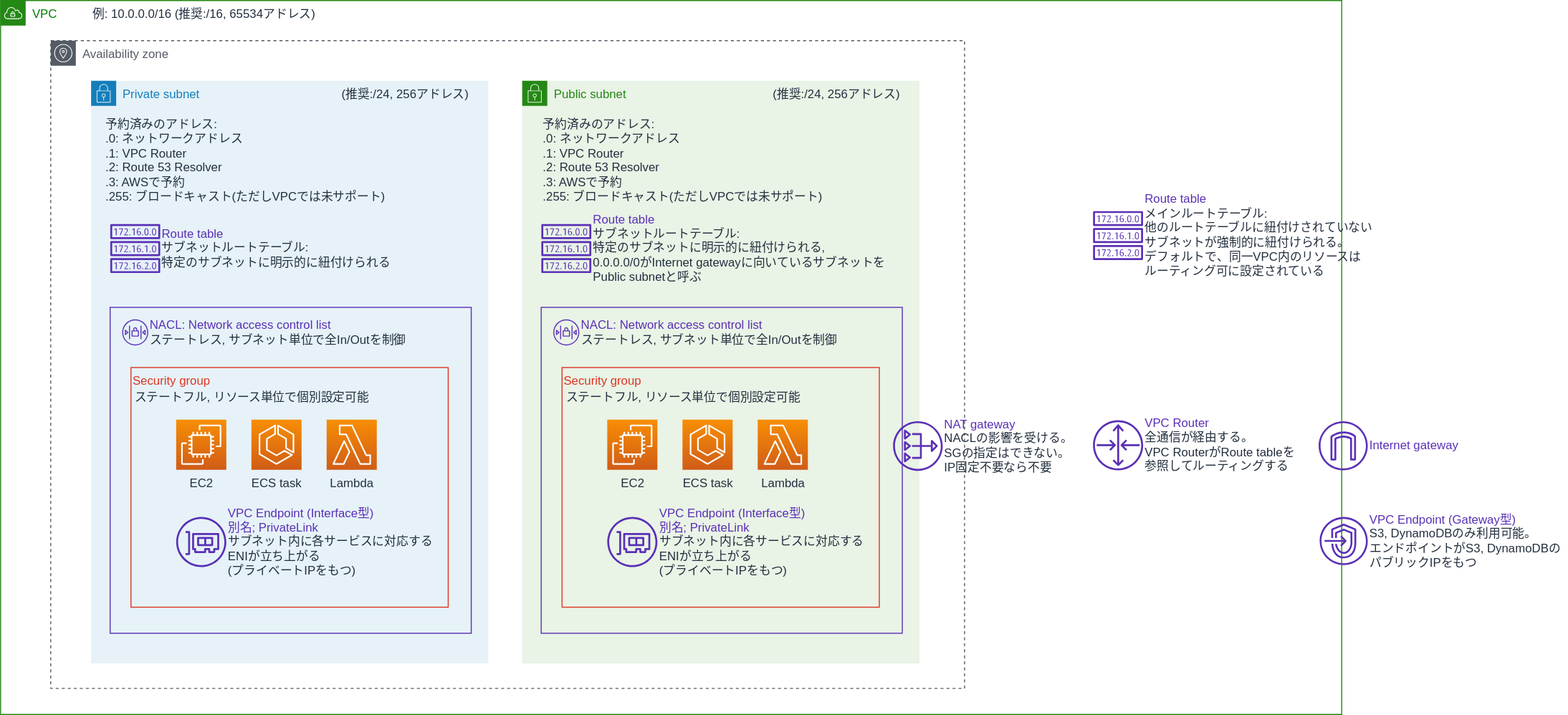
Donngi/aws-network-components-diagram keeps this draw.io diagram as network.drawio.svg. Above is the earlier version. Source tidied: cells renumbered, new cells last; positions are measured from the earlier drawing's top-left corner, leaving out a move shared by most shapes.
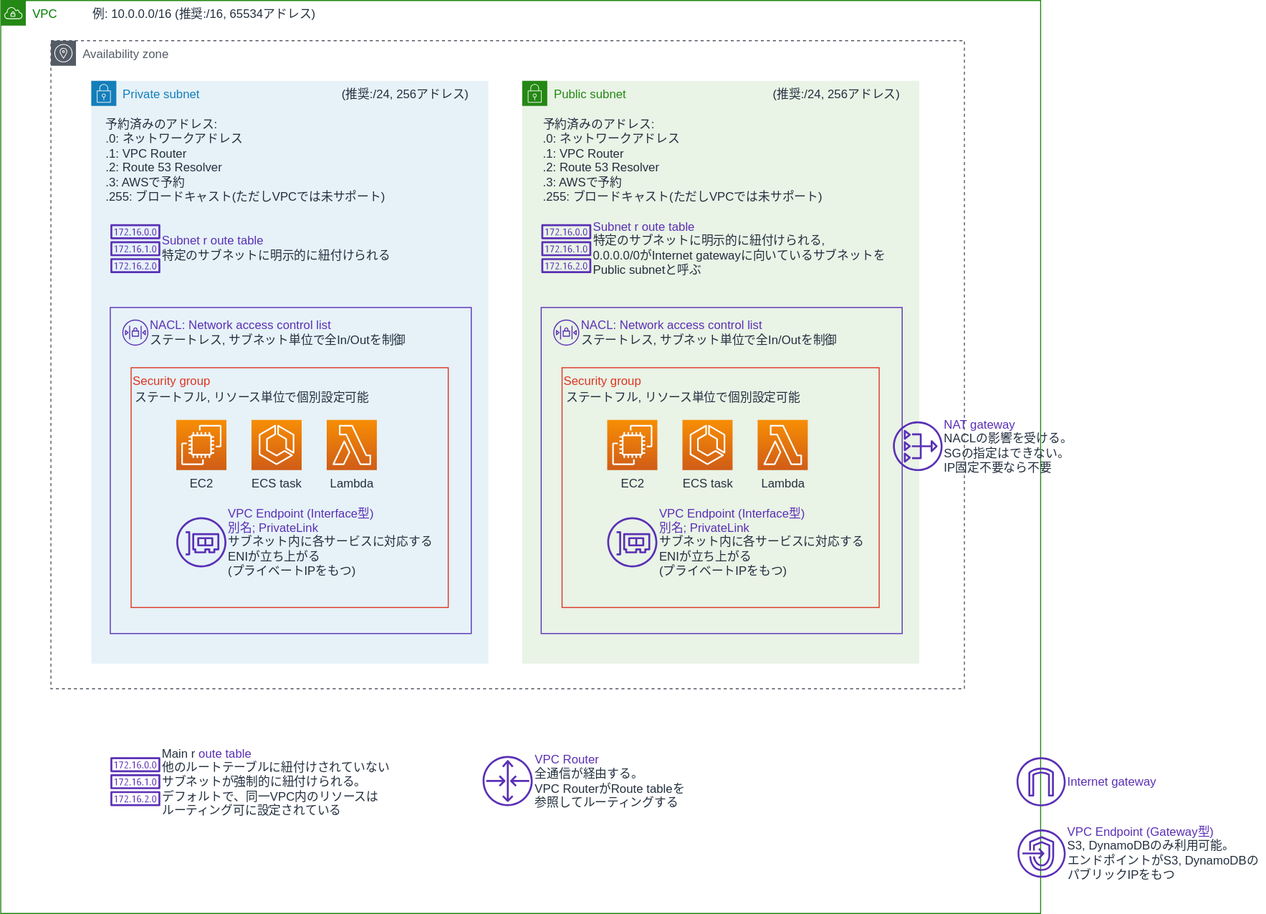
After the change.

Commit message:
ブラウザで見やすくするために縦長化

What changed in the source:
```diff
@@ -3,7 +3,7 @@
     <mxCell id="0" />
     <mxCell id="1" parent="0" />
     <mxCell id="2" value="VPC&amp;nbsp;" style="gradientColor=none;html=1;whiteSpace=wrap;fontSize=12;fontStyle=0;shape=mxgraph.aws4.group;grIcon=mxgraph.aws4.group_vpc;strokeColor=#248814;fillColor=none;verticalAlign=top;align=left;spacingLeft=30;dashed=0;fontColor=#007D00;" parent="1" vertex="1">
-      <mxGeometry width="1337" height="712" as="geometry" />
+      <mxGeometry width="1037" height="910" as="geometry" />
     </mxCell>
     <mxCell id="3" value="Availability zone" style="gradientColor=none;html=1;whiteSpace=wrap;fontSize=12;fontStyle=0;shape=mxgraph.aws4.group;grIcon=mxgraph.aws4.group_availability_zone;strokeColor=#545B64;fillColor=none;verticalAlign=top;align=left;spacingLeft=30;fontColor=#545B64;dashed=1;" parent="1" vertex="1">
       <mxGeometry x="50" y="40" width="911" height="646" as="geometry" />
@@ -15,9 +15,9 @@
       <mxGeometry x="520" y="80" width="396" height="581" as="geometry" />
     </mxCell>
     <mxCell id="6" value="&amp;nbsp; Internet gateway" style="gradientColor=none;fillColor=#5A30B5;strokeColor=none;dashed=0;verticalLabelPosition=middle;verticalAlign=middle;align=left;html=1;fontSize=12;fontStyle=0;shape=mxgraph.aws4.internet_gateway;labelPosition=right;fontColor=#5A30B5;" parent="1" vertex="1">
-      <mxGeometry x="1314" y="419.5" width="49" height="49" as="geometry" />
+      <mxGeometry x="1013" y="754.2" width="49" height="49" as="geometry" />
     </mxCell>
-    <mxCell id="7" value="&lt;font color=&quot;#5a30b5&quot;&gt;&amp;nbsp; &lt;span&gt;Route table&lt;/span&gt;&lt;/font&gt;&lt;br&gt;&amp;nbsp; サブネットルートテーブル:&amp;nbsp;&lt;br&gt;&amp;nbsp; 特定のサブネットに明示的に紐付けられる" style="fontColor=#232F3E;gradientColor=none;fillColor=#5A30B5;strokeColor=none;dashed=0;verticalLabelPosition=middle;verticalAlign=middle;align=left;html=1;fontSize=12;fontStyle=0;shape=mxgraph.aws4.route_table;labelPosition=right;" parent="1" vertex="1">
+    <mxCell id="7" value="&lt;font color=&quot;#5a30b5&quot;&gt;&amp;nbsp; Subnet r&lt;span&gt;oute table&lt;/span&gt;&lt;/font&gt;&amp;nbsp;&lt;br&gt;&amp;nbsp; 特定のサブネットに明示的に紐付けられる" style="fontColor=#232F3E;gradientColor=none;fillColor=#5A30B5;strokeColor=none;dashed=0;verticalLabelPosition=middle;verticalAlign=middle;align=left;html=1;fontSize=12;fontStyle=0;shape=mxgraph.aws4.route_table;labelPosition=right;" parent="1" vertex="1">
       <mxGeometry x="109.2" y="223" width="50" height="48.8" as="geometry" />
     </mxCell>
     <mxCell id="8" value="&lt;font color=&quot;#5a30b5&quot;&gt;&amp;nbsp; NAT gateway&lt;/font&gt;&lt;br&gt;&amp;nbsp; NACLの影響を受ける。&lt;br&gt;&amp;nbsp; SGの指定はできない。&lt;br&gt;&amp;nbsp; IP固定不要なら不要" style="fontColor=#232F3E;gradientColor=none;fillColor=#5A30B5;strokeColor=none;dashed=0;verticalLabelPosition=middle;verticalAlign=middle;align=left;html=1;fontSize=12;fontStyle=0;shape=mxgraph.aws4.nat_gateway;labelPosition=right;" parent="1" vertex="1">
@@ -39,12 +39,12 @@
       <mxGeometry x="539" y="110" width="294.5" height="100" as="geometry" />
     </mxCell>
     <mxCell id="14" value="&amp;nbsp; &lt;font color=&quot;#5a30b5&quot;&gt;VPC Router&lt;/font&gt;&lt;br&gt;&amp;nbsp; 全通信が経由する。&amp;nbsp;&lt;br&gt;&amp;nbsp; VPC RouterがRoute tableを&lt;br&gt;&amp;nbsp; 参照してルーティングする" style="fontColor=#232F3E;gradientColor=none;fillColor=#5A30B5;strokeColor=none;dashed=0;verticalLabelPosition=middle;verticalAlign=middle;align=left;html=1;fontSize=12;fontStyle=0;shape=mxgraph.aws4.router;labelBackgroundColor=none;labelPosition=right;" parent="1" vertex="1">
-      <mxGeometry x="1089" y="418.5" width="50" height="50" as="geometry" />
+      <mxGeometry x="480.5" y="753" width="50" height="50" as="geometry" />
     </mxCell>
-    <mxCell id="15" value="&amp;nbsp; &lt;font color=&quot;#5a30b5&quot;&gt;Route table&lt;/font&gt;&lt;br&gt;&amp;nbsp; メインルートテーブル:&lt;br&gt;&amp;nbsp; 他のルートテーブルに紐付けされていない&lt;br&gt;&amp;nbsp; サブネットが強制的に紐付けられる。&lt;br&gt;&amp;nbsp; デフォルトで、同一VPC内のリソースは&lt;br&gt;&amp;nbsp; ルーティング可に設定されている" style="fontColor=#232F3E;gradientColor=none;fillColor=#5A30B5;strokeColor=none;dashed=0;verticalLabelPosition=middle;verticalAlign=middle;align=left;html=1;fontSize=12;fontStyle=0;shape=mxgraph.aws4.route_table;labelPosition=right;" parent="1" vertex="1">
-      <mxGeometry x="1089" y="210" width="50" height="48.8" as="geometry" />
+    <mxCell id="15" value="&amp;nbsp; Main r&lt;font color=&quot;#5a30b5&quot;&gt;oute table&lt;/font&gt;&lt;br&gt;&amp;nbsp; 他のルートテーブルに紐付けされていない&lt;br&gt;&amp;nbsp; サブネットが強制的に紐付けられる。&lt;br&gt;&amp;nbsp; デフォルトで、同一VPC内のリソースは&lt;br&gt;&amp;nbsp; ルーティング可に設定されている" style="fontColor=#232F3E;gradientColor=none;fillColor=#5A30B5;strokeColor=none;dashed=0;verticalLabelPosition=middle;verticalAlign=middle;align=left;html=1;fontSize=12;fontStyle=0;shape=mxgraph.aws4.route_table;labelPosition=right;" parent="1" vertex="1">
+      <mxGeometry x="109.2" y="754.2" width="50" height="48.8" as="geometry" />
     </mxCell>
-    <mxCell id="16" value="&lt;font color=&quot;#5a30b5&quot;&gt;&amp;nbsp; &lt;span&gt;Route table&lt;/span&gt;&lt;/font&gt;&lt;br&gt;&amp;nbsp; サブネットルートテーブル:&amp;nbsp;&lt;br&gt;&amp;nbsp; 特定のサブネットに明示的に紐付けられる,&amp;nbsp;&lt;br&gt;&amp;nbsp; 0.0.0.0/0がInternet gatewayに向いているサブネットを&lt;br&gt;&amp;nbsp; Public subnetと呼ぶ" style="fontColor=#232F3E;gradientColor=none;fillColor=#5A30B5;strokeColor=none;dashed=0;verticalLabelPosition=middle;verticalAlign=middle;align=left;html=1;fontSize=12;fontStyle=0;shape=mxgraph.aws4.route_table;labelPosition=right;" parent="1" vertex="1">
+    <mxCell id="16" value="&lt;font color=&quot;#5a30b5&quot;&gt;&amp;nbsp; Subnet r&lt;span&gt;oute table&lt;/span&gt;&lt;/font&gt;&lt;br&gt;&amp;nbsp; 特定のサブネットに明示的に紐付けられる,&amp;nbsp;&lt;br&gt;&amp;nbsp; 0.0.0.0/0がInternet gatewayに向いているサブネットを&lt;br&gt;&amp;nbsp; Public subnetと呼ぶ" style="fontColor=#232F3E;gradientColor=none;fillColor=#5A30B5;strokeColor=none;dashed=0;verticalLabelPosition=middle;verticalAlign=middle;align=left;html=1;fontSize=12;fontStyle=0;shape=mxgraph.aws4.route_table;labelPosition=right;" parent="1" vertex="1">
       <mxGeometry x="539" y="223" width="50" height="48.8" as="geometry" />
     </mxCell>
     <mxCell id="17" style="rounded=0;whiteSpace=wrap;html=1;labelBackgroundColor=none;fontColor=#232F3E;align=left;fillColor=none;strokeColor=#5A30B5;" parent="1" vertex="1">
@@ -66,7 +66,7 @@
       <mxGeometry x="551" y="318" width="26" height="26" as="geometry" />
     </mxCell>
     <mxCell id="23" value="&lt;font color=&quot;#5a30b5&quot;&gt;&amp;nbsp; VPC Endpoint (Gateway型)&lt;/font&gt;&lt;br&gt;&amp;nbsp; S3, DynamoDBのみ利用可能。&amp;nbsp;&lt;br&gt;&amp;nbsp; エンドポイントがS3, DynamoDBの&lt;br&gt;&amp;nbsp; パブリックIPをもつ" style="fontColor=#232F3E;gradientColor=none;fillColor=#5A30B5;strokeColor=none;dashed=0;verticalLabelPosition=middle;verticalAlign=middle;align=left;html=1;fontSize=12;fontStyle=0;shape=mxgraph.aws4.endpoints;labelBackgroundColor=none;labelPosition=right;" parent="1" vertex="1">
-      <mxGeometry x="1315" y="515" width="48" height="48" as="geometry" />
+      <mxGeometry x="1014" y="826.2" width="48" height="48" as="geometry" />
     </mxCell>
     <mxCell id="24" value="&lt;font color=&quot;#5a30b5&quot;&gt;&amp;nbsp; VPC Endpoint (Interface型)&lt;br&gt;&amp;nbsp; 別名; PrivateLink&lt;/font&gt;&lt;br&gt;&amp;nbsp; サブネット内に各サービスに対応する&lt;br&gt;&amp;nbsp; ENIが立ち上がる&lt;br&gt;&amp;nbsp; (プライベートIPをもつ)" style="fontColor=#232F3E;gradientColor=none;fillColor=#5A30B5;strokeColor=none;dashed=0;verticalLabelPosition=middle;verticalAlign=middle;align=left;html=1;fontSize=12;fontStyle=0;shape=mxgraph.aws4.elastic_network_interface;labelBackgroundColor=none;labelPosition=right;" parent="1" vertex="1">
       <mxGeometry x="604.8" y="515" width="50" height="50" as="geometry" />
```
